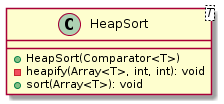
P-Kalin/kit26a keeps this PlantUML diagram as malokhvii-eduard/malokhvii05/doc/plantuml/png/ua.khpi.oop.malokhvii05.common.algorithms.sort.HeapSort.png. Above is the earlier version. The source it was exported from:
```plantuml
@startuml

    class HeapSort<T> {
        +HeapSort(Comparator<T>)
        -heapify(Array<T>, int, int): void
        +sort(Array<T>): void
    }

@enduml
```
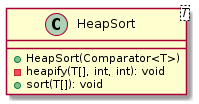
After the commit.

Diff of the diagram source:
```diff
@@ -2,8 +2,8 @@
 
     class HeapSort<T> {
         +HeapSort(Comparator<T>)
-        -heapify(Array<T>, int, int): void
-        +sort(Array<T>): void
+        -heapify(T[], int, int): void
+        +sort(T[]): void
     }
 
 @enduml
```
